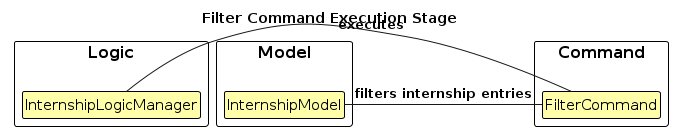
The PlantUML diagram diagrams/FilterCommandExecute.png in AY2324S1-CS2103T-W17-1/tp, before a commit. Its source is kept beside it as diagrams/FilterCommandExecute.puml. Its diagram source:
```plantuml
@startuml
!pragma layout smetana
!include style.puml
skinparam ClassFontColor #000000
skinparam ClassBorderColor #000000
skinparam ClassBackgroundColor #FFFFAA

title Filter Command Execution Stage

package "Logic" {
    class InternshipLogicManager as "InternshipLogicManager"
}
package "Model" {
    class InternshipModel as "InternshipModel"
}

package "Command" {
    class FilterCommand as "FilterCommand"
}

FilterCommand - InternshipLogicManager: executes <
FilterCommand - InternshipModel : filters internship entries <
InternshipModel -[hidden]up-> FilterCommand
@endumlbv
```
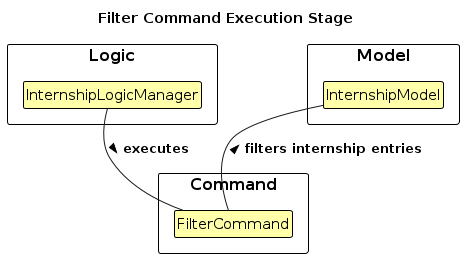
Above is the later version.

What changed in the source:
```diff
@@ -1,5 +1,4 @@
 @startuml
-!pragma layout smetana
 !include style.puml
 skinparam ClassFontColor #000000
 skinparam ClassBorderColor #000000
@@ -16,9 +15,8 @@
 
 package "Command" {
     class FilterCommand as "FilterCommand"
-}
 
-FilterCommand - InternshipLogicManager: executes <
-FilterCommand - InternshipModel : filters internship entries <
+InternshipLogicManager -down- FilterCommand : > executes
+FilterCommand -up- InternshipModel : > filters internship entries
 InternshipModel -[hidden]up-> FilterCommand
-@endumlbv
+@enduml
```
